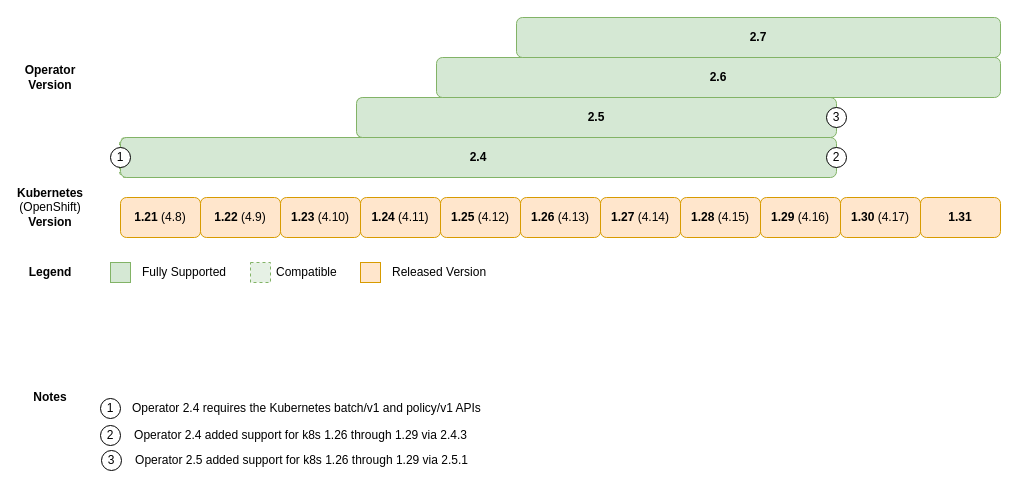
The draw.io diagram page "Compat Kuberentes" (1 of 3) of drawio-charts/k8s-compat.drawio in couchbase/docs-operator, before the edit. Source tidied: cells renumbered, new cells numbered last; positions are measured from the earlier drawing's top-left corner, leaving out a move shared by most shapes. Both pictures are drawn from the tidied source at 100%, with x=0, y=0 at pixel (20, 17).
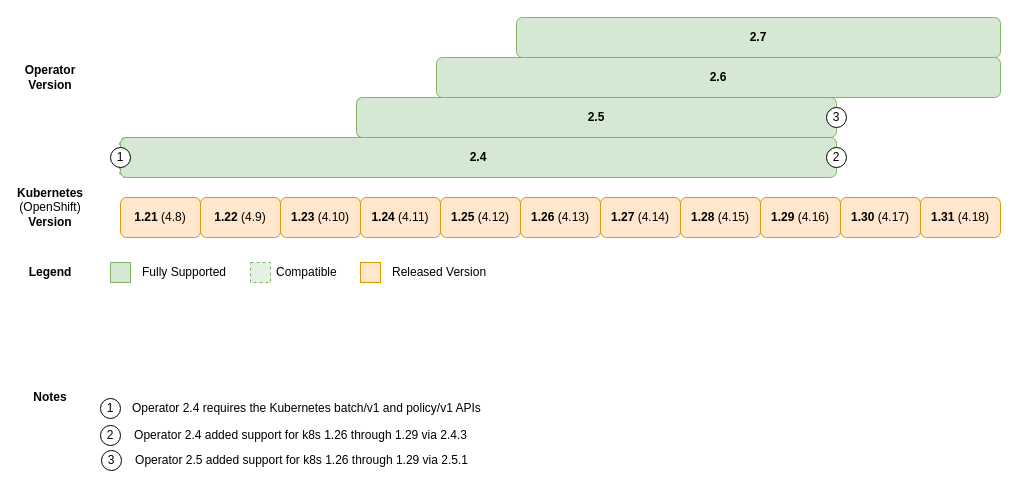
The same page after the edit.

Diff of the diagram source:
```diff
@@
-    <mxCell id="35" value="&lt;b&gt;1.31&lt;/b&gt;" style="rounded=1;whiteSpace=wrap;html=1;fillColor=#ffe6cc;strokeColor=#d79b00;" parent="1" vertex="1">
+    <mxCell id="35" value="&lt;b&gt;1.31&lt;/b&gt;&amp;nbsp;(4.18)" style="rounded=1;whiteSpace=wrap;html=1;fillColor=#ffe6cc;strokeColor=#d79b00;" parent="1" vertex="1">
       <mxGeometry x="900" y="180" width="80" height="40" as="geometry" />
     </mxCell>
```
